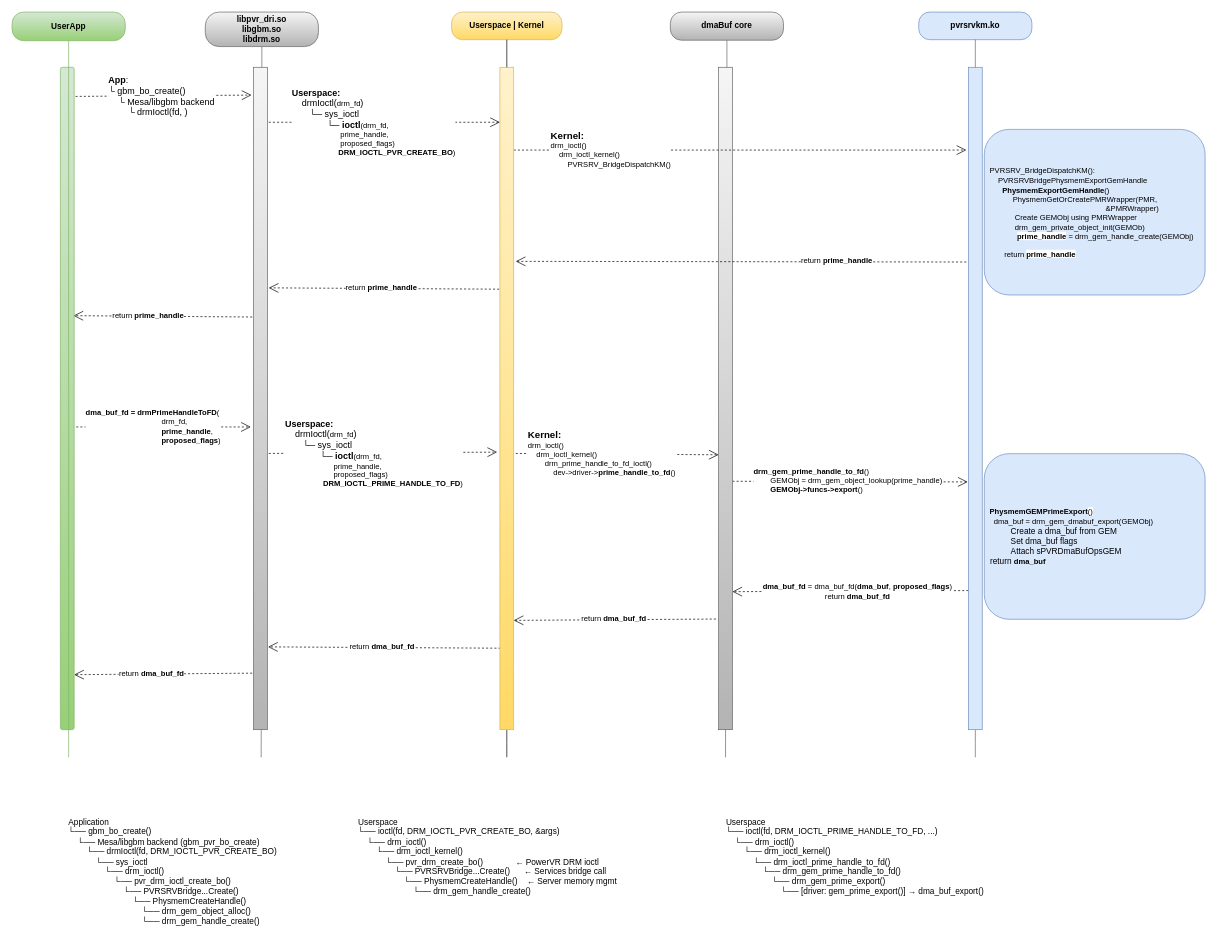
This is diagram/graphics/GEMExport.drawio from faijurrahman/kernel-mainline, a draw.io file, before an edit. Source tidied: cells renumbered, new cells numbered last; positions are measured from the earlier drawing's top-left corner, leaving out a move shared by most shapes. Both pictures are drawn from the tidied source at 69%, with x=0, y=0 at pixel (12, 12).
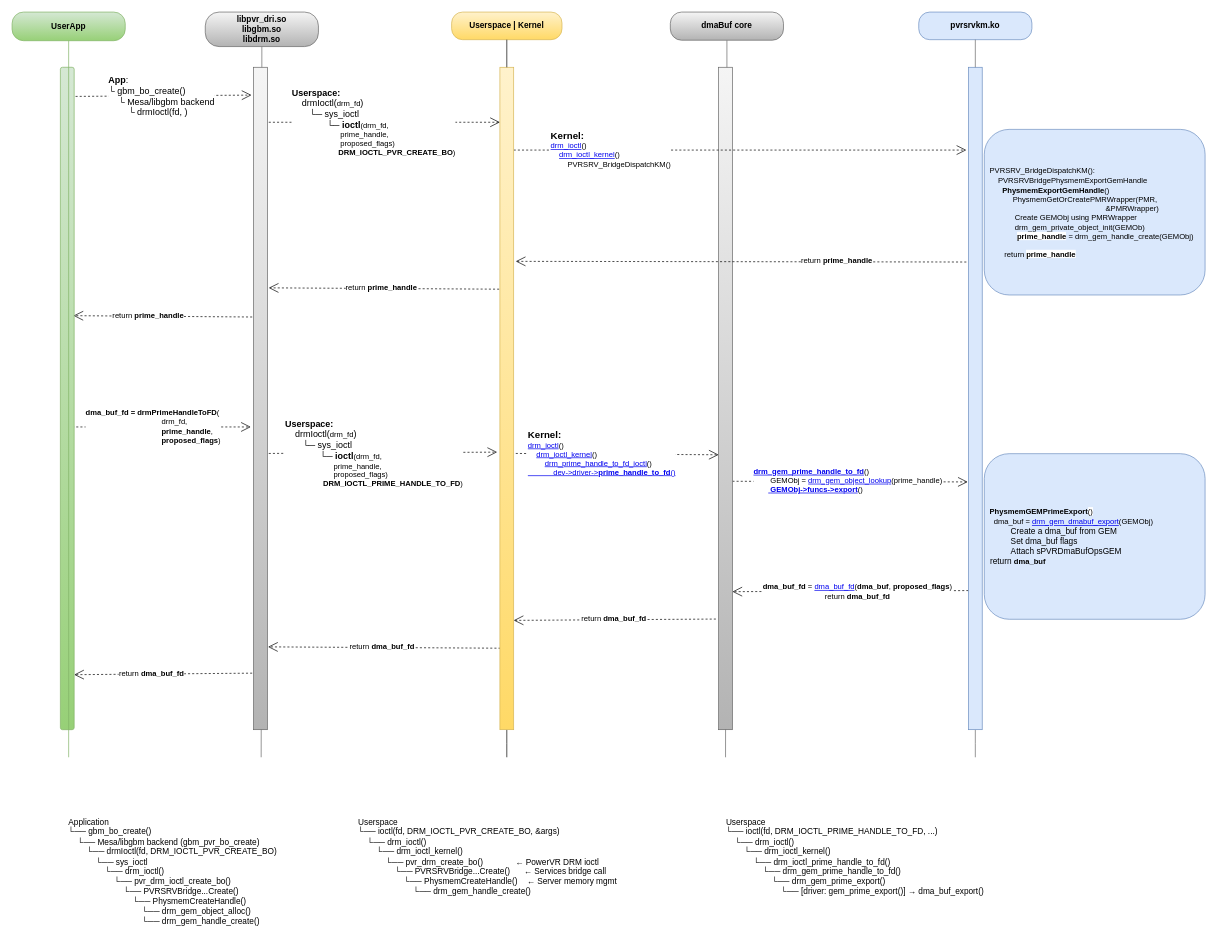
After the change.

The change refers to these unchanged cells:
```xml
<mxCell id="16" style="endArrow=open;endSize=12;dashed=1;html=1;rounded=0;exitX=0;exitY=0.79;exitDx=0;exitDy=0;exitPerimeter=0;" parent="1" edge="1" source="36">
  <mxGeometry relative="1" as="geometry">
    <mxPoint x="1044" y="840" as="targetPoint" />
  </mxGeometry>
</mxCell>
<mxCell id="18" style="endArrow=open;endSize=12;dashed=1;html=1;rounded=0;entryX=-0.05;entryY=0.626;entryDx=0;entryDy=0;entryPerimeter=0;" parent="1" edge="1" target="36">
  <mxGeometry relative="1" as="geometry">
    <mxPoint x="1044" y="680" as="sourcePoint" />
  </mxGeometry>
</mxCell>
<mxCell id="29" style="rounded=0;whiteSpace=wrap;html=1;fillColor=#f5f5f5;gradientColor=#b3b3b3;strokeColor=#666666;" parent="26" vertex="1">
  <mxGeometry x="70" y="80" width="20" height="960" as="geometry" />
</mxCell>
<mxCell id="36" style="rounded=0;whiteSpace=wrap;html=1;fillColor=#dae8fc;strokeColor=#6c8ebf;" parent="33" vertex="1">
  <mxGeometry x="72" y="80" width="20" height="960" as="geometry" />
</mxCell>
<mxCell id="41" style="rounded=0;whiteSpace=wrap;html=1;fillColor=#fff2cc;gradientColor=#ffd966;strokeColor=#d6b656;" parent="38" vertex="1">
  <mxGeometry x="70" y="80" width="20" height="960" as="geometry" />
</mxCell>
```

The edit, as a diff of the source:
```diff
@@
-    <mxCell id="9" value="&lt;div&gt;&lt;div&gt;&lt;b style=&quot;background-color: light-dark(#ffffff, var(--ge-dark-color, #121212)); color: light-dark(rgb(0, 0, 0), rgb(255, 255, 255));&quot;&gt;&lt;font style=&quot;font-size: 14px;&quot;&gt;Kernel:&lt;/font&gt;&lt;/b&gt;&lt;/div&gt;&lt;/div&gt;drm_ioctl()&lt;div&gt;&amp;nbsp; &amp;nbsp; drm_ioctl_kernel()&lt;/div&gt;&lt;div&gt;&amp;nbsp; &amp;nbsp; &amp;nbsp; &amp;nbsp;&amp;nbsp;drm_prime_handle_to_fd_ioctl()&lt;/div&gt;&lt;div&gt;&amp;nbsp; &amp;nbsp; &amp;nbsp; &amp;nbsp; &amp;nbsp; &amp;nbsp; dev-&amp;gt;driver-&amp;gt;&lt;b&gt;prime_handle_to_fd&lt;/b&gt;()&lt;/div&gt;" style="endArrow=open;endSize=12;dashed=1;html=1;rounded=0;align=left;entryX=0;entryY=0.585;entryDx=0;entryDy=0;entryPerimeter=0;exitX=1.15;exitY=0.583;exitDx=0;exitDy=0;exitPerimeter=0;" parent="1" edge="1" source="41" target="29">
+    <mxCell id="9" value="&lt;div&gt;&lt;div&gt;&lt;b style=&quot;background-color: light-dark(#ffffff, var(--ge-dark-color, #121212)); color: light-dark(rgb(0, 0, 0), rgb(255, 255, 255));&quot;&gt;&lt;font style=&quot;font-size: 14px;&quot;&gt;Kernel:&lt;/font&gt;&lt;/b&gt;&lt;/div&gt;&lt;/div&gt;&lt;a href=&quot;https://elixir.bootlin.com/linux/v6.12.40/source/drivers/gpu/drm/drm_ioctl.c#L762&quot;&gt;drm_ioctl&lt;/a&gt;()&lt;div&gt;&amp;nbsp; &amp;nbsp; &lt;a href=&quot;https://elixir.bootlin.com/linux/v6.12.40/source/drivers/gpu/drm/drm_ioctl.c#L728&quot;&gt;drm_ioctl_kernel&lt;/a&gt;()&lt;/div&gt;&lt;div&gt;&amp;nbsp; &amp;nbsp; &amp;nbsp; &amp;nbsp;&amp;nbsp;&lt;a href=&quot;https://elixir.bootlin.com/linux/v6.12.40/source/drivers/gpu/drm/drm_prime.c#L536&quot;&gt;drm_prime_handle_to_fd_ioctl&lt;/a&gt;()&lt;/div&gt;&lt;div&gt;&lt;a href=&quot;https://elixir.bootlin.com/linux/v6.12.40/source/drivers/gpu/drm/drm_prime.c#L545-L548&quot;&gt;&amp;nbsp; &amp;nbsp; &amp;nbsp; &amp;nbsp; &amp;nbsp; &amp;nbsp; dev-&amp;gt;driver-&amp;gt;&lt;b&gt;prime_handle_to_fd&lt;/b&gt;()&lt;/a&gt;&lt;/div&gt;" style="endArrow=open;endSize=12;dashed=1;html=1;rounded=0;align=left;entryX=0;entryY=0.585;entryDx=0;entryDy=0;entryPerimeter=0;exitX=1.15;exitY=0.583;exitDx=0;exitDy=0;exitPerimeter=0;" parent="1" edge="1" source="41" target="29">
       <mxGeometry x="-0.89" y="1" relative="1" as="geometry" />
     </mxCell>
@@
-    <mxCell id="12" value="&lt;b style=&quot;font-size: 11px; text-wrap-mode: nowrap;&quot;&gt;&amp;nbsp; PhysmemGEMPrimeExport&lt;/b&gt;&lt;span style=&quot;font-size: 11px; text-wrap-mode: nowrap; background-color: rgb(255, 255, 255);&quot;&gt;()&lt;/span&gt;&lt;div&gt;&lt;span style=&quot;font-size: 11px; text-wrap-mode: nowrap; background-color: transparent; color: light-dark(rgb(0, 0, 0), rgb(255, 255, 255));&quot;&gt;&amp;nbsp; &amp;nbsp; dma_buf = drm_gem_dmabuf_export(GEMObj)&lt;/span&gt;&amp;nbsp;&amp;nbsp;&lt;/div&gt;&lt;div&gt;&amp;nbsp; &amp;nbsp; &amp;nbsp; &amp;nbsp; &amp;nbsp; &amp;nbsp;Create a dma_buf from GEM&lt;/div&gt;&lt;div&gt;&amp;nbsp; &amp;nbsp; &amp;nbsp; &amp;nbsp; &amp;nbsp; &amp;nbsp;Set dma_buf flags&lt;/div&gt;&lt;div&gt;&amp;nbsp; &amp;nbsp; &amp;nbsp; &amp;nbsp; &amp;nbsp; &amp;nbsp;Attach sPVRDmaBufOpsGEM&lt;/div&gt;&lt;div&gt;&amp;nbsp; return&amp;nbsp;&lt;b style=&quot;background-color: transparent; color: light-dark(rgb(0, 0, 0), rgb(255, 255, 255)); text-wrap-mode: nowrap; font-size: 11px; text-align: center;&quot;&gt;dma_buf&lt;/b&gt;&lt;/div&gt;" style="rounded=1;whiteSpace=wrap;html=1;align=left;fillColor=#dae8fc;strokeColor=#6c8ebf;" parent="1" vertex="1">
+    <mxCell id="12" value="&lt;b style=&quot;font-size: 11px; text-wrap-mode: nowrap;&quot;&gt;&amp;nbsp; PhysmemGEMPrimeExport&lt;/b&gt;&lt;span style=&quot;font-size: 11px; text-wrap-mode: nowrap; background-color: rgb(255, 255, 255);&quot;&gt;()&lt;/span&gt;&lt;div&gt;&lt;span style=&quot;font-size: 11px; text-wrap-mode: nowrap; background-color: transparent; color: light-dark(rgb(0, 0, 0), rgb(255, 255, 255));&quot;&gt;&amp;nbsp; &amp;nbsp; dma_buf = &lt;a href=&quot;https://elixir.bootlin.com/linux/v6.12.40/source/drivers/gpu/drm/drm_prime.c#L242-L256&quot;&gt;drm_gem_dmabuf_export&lt;/a&gt;(GEMObj)&lt;/span&gt;&amp;nbsp;&amp;nbsp;&lt;/div&gt;&lt;div&gt;&amp;nbsp; &amp;nbsp; &amp;nbsp; &amp;nbsp; &amp;nbsp; &amp;nbsp;Create a dma_buf from GEM&lt;/div&gt;&lt;div&gt;&amp;nbsp; &amp;nbsp; &amp;nbsp; &amp;nbsp; &amp;nbsp; &amp;nbsp;Set dma_buf flags&lt;/div&gt;&lt;div&gt;&amp;nbsp; &amp;nbsp; &amp;nbsp; &amp;nbsp; &amp;nbsp; &amp;nbsp;Attach sPVRDmaBufOpsGEM&lt;/div&gt;&lt;div&gt;&amp;nbsp; return&amp;nbsp;&lt;b style=&quot;background-color: transparent; color: light-dark(rgb(0, 0, 0), rgb(255, 255, 255)); text-wrap-mode: nowrap; font-size: 11px; text-align: center;&quot;&gt;dma_buf&lt;/b&gt;&lt;/div&gt;" style="rounded=1;whiteSpace=wrap;html=1;align=left;fillColor=#dae8fc;strokeColor=#6c8ebf;" parent="1" vertex="1">
       <mxGeometry x="1409" y="640" width="320" height="240" as="geometry" />
     </mxCell>
@@
-    <mxCell id="17" value="&lt;div&gt;&lt;b style=&quot;color: light-dark(rgb(0, 0, 0), rgb(255, 255, 255));&quot;&gt;dma_buf_fd&lt;/b&gt;&amp;nbsp;= dma_buf_fd(&lt;b&gt;dma_buf&lt;/b&gt;,&amp;nbsp;&lt;b style=&quot;text-align: left;&quot;&gt;proposed_flags&lt;/b&gt;)&lt;/div&gt;&lt;div&gt;return&amp;nbsp;&lt;b style=&quot;color: light-dark(rgb(0, 0, 0), rgb(255, 255, 255));&quot;&gt;dma_buf_fd&lt;/b&gt;&lt;/div&gt;" style="edgeLabel;html=1;align=center;verticalAlign=middle;" parent="16" vertex="1">
+    <mxCell id="17" value="&lt;div&gt;&lt;b style=&quot;color: light-dark(rgb(0, 0, 0), rgb(255, 255, 255));&quot;&gt;dma_buf_fd&lt;/b&gt;&amp;nbsp;= &lt;a href=&quot;https://elixir.bootlin.com/linux/v6.12.40/source/drivers/dma-buf/dma-buf.c#L714-L727&quot;&gt;dma_buf_fd&lt;/a&gt;(&lt;b&gt;dma_buf&lt;/b&gt;,&amp;nbsp;&lt;b style=&quot;text-align: left;&quot;&gt;proposed_flags&lt;/b&gt;)&lt;/div&gt;&lt;div&gt;return&amp;nbsp;&lt;b style=&quot;color: light-dark(rgb(0, 0, 0), rgb(255, 255, 255));&quot;&gt;dma_buf_fd&lt;/b&gt;&lt;/div&gt;" style="edgeLabel;html=1;align=center;verticalAlign=middle;" parent="16" vertex="1">
       <mxGeometry x="0.02" relative="1" as="geometry">
         <mxPoint x="12" as="offset" />
       </mxGeometry>
     </mxCell>
@@
-    <mxCell id="19" value="&lt;b&gt;drm_gem_prime_handle_to_fd&lt;/b&gt;()&lt;div&gt;&amp;nbsp; &amp;nbsp; &amp;nbsp; &amp;nbsp;&amp;nbsp;GEMObj = drm_gem_object_lookup(prime_handle)&lt;br&gt;&lt;div&gt;&amp;nbsp; &amp;nbsp; &amp;nbsp; &amp;nbsp; &lt;b&gt;GEMObj-&amp;gt;funcs-&amp;gt;export&lt;/b&gt;()&lt;/div&gt;&lt;/div&gt;" style="edgeLabel;html=1;align=left;verticalAlign=middle;" parent="18" vertex="1">
+    <mxCell id="19" value="&lt;b&gt;&lt;a href=&quot;https://elixir.bootlin.com/linux/v6.12.40/source/drivers/gpu/drm/drm_prime.c#L513&quot;&gt;drm_gem_prime_handle_to_fd&lt;/a&gt;&lt;/b&gt;()&lt;div&gt;&amp;nbsp; &amp;nbsp; &amp;nbsp; &amp;nbsp;&amp;nbsp;GEMObj = &lt;a href=&quot;https://elixir.bootlin.com/linux/v6.12.40/source/drivers/gpu/drm/drm_gem.c#L800&quot;&gt;drm_gem_object_lookup&lt;/a&gt;(prime_handle)&lt;br&gt;&lt;div&gt;&amp;nbsp; &amp;nbsp; &amp;nbsp; &amp;nbsp;&lt;a href=&quot;https://elixir.bootlin.com/linux/v6.12.40/source/drivers/gpu/drm/drm_prime.c#L390-L393&quot;&gt; &lt;b&gt;GEMObj-&amp;gt;funcs-&amp;gt;export&lt;/b&gt;&lt;/a&gt;()&lt;/div&gt;&lt;/div&gt;" style="edgeLabel;html=1;align=left;verticalAlign=middle;" parent="18" vertex="1">
       <mxGeometry x="-0.03" y="2" relative="1" as="geometry">
         <mxPoint x="-136" as="offset" />
       </mxGeometry>
     </mxCell>
@@
-    <mxCell id="30" value="&lt;div&gt;&lt;div&gt;&lt;b style=&quot;background-color: light-dark(#ffffff, var(--ge-dark-color, #121212)); color: light-dark(rgb(0, 0, 0), rgb(255, 255, 255));&quot;&gt;&lt;font style=&quot;font-size: 14px;&quot;&gt;Kernel:&lt;/font&gt;&lt;/b&gt;&lt;/div&gt;&lt;/div&gt;drm_ioctl()&lt;div&gt;&amp;nbsp; &amp;nbsp; drm_ioctl_kernel()&lt;/div&gt;&lt;div&gt;&amp;nbsp; &amp;nbsp; &amp;nbsp; &amp;nbsp;&amp;nbsp;PVRSRV_BridgeDispatchKM()&lt;/div&gt;" style="endArrow=open;endSize=12;dashed=1;html=1;rounded=0;align=left;entryX=-0.15;entryY=0.125;entryDx=0;entryDy=0;entryPerimeter=0;exitX=1;exitY=0.125;exitDx=0;exitDy=0;exitPerimeter=0;" parent="1" edge="1" source="41" target="36">
+    <mxCell id="30" value="&lt;div&gt;&lt;div&gt;&lt;b style=&quot;background-color: light-dark(#ffffff, var(--ge-dark-color, #121212)); color: light-dark(rgb(0, 0, 0), rgb(255, 255, 255));&quot;&gt;&lt;font style=&quot;font-size: 14px;&quot;&gt;Kernel:&lt;/font&gt;&lt;/b&gt;&lt;/div&gt;&lt;/div&gt;&lt;a href=&quot;https://elixir.bootlin.com/linux/v6.12.40/source/drivers/gpu/drm/drm_ioctl.c#L762&quot;&gt;drm_ioctl&lt;/a&gt;()&lt;div&gt;&amp;nbsp; &amp;nbsp; &lt;a href=&quot;https://elixir.bootlin.com/linux/v6.12.40/source/drivers/gpu/drm/drm_ioctl.c#L728&quot;&gt;drm_ioctl_kernel&lt;/a&gt;()&lt;/div&gt;&lt;div&gt;&amp;nbsp; &amp;nbsp; &amp;nbsp; &amp;nbsp;&amp;nbsp;PVRSRV_BridgeDispatchKM()&lt;/div&gt;" style="endArrow=open;endSize=12;dashed=1;html=1;rounded=0;align=left;entryX=-0.15;entryY=0.125;entryDx=0;entryDy=0;entryPerimeter=0;exitX=1;exitY=0.125;exitDx=0;exitDy=0;exitPerimeter=0;" parent="1" edge="1" source="41" target="36">
       <mxGeometry x="-0.84" y="1" relative="1" as="geometry" />
     </mxCell>
```
